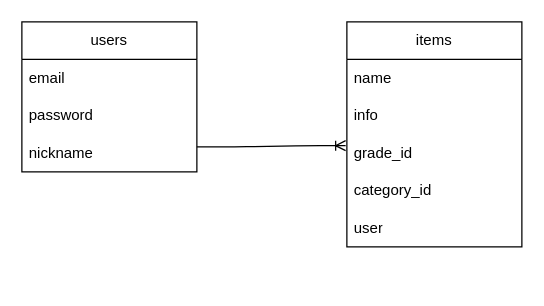
The draw.io diagram DB.dio in satumaimo77/math-dri, before the edit. Source tidied: cells renumbered, new cells numbered last; positions are measured from the earlier drawing's top-left corner, leaving out a move shared by most shapes. Both pictures are drawn from the tidied source at 125%, with x=0, y=0 at pixel (21, 21).
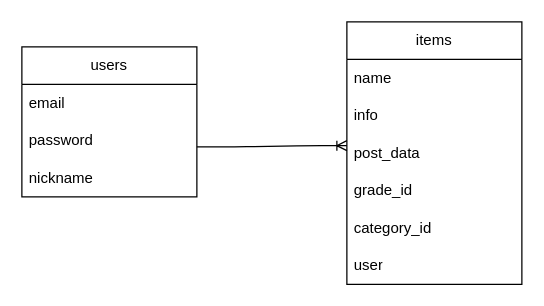
Above is the later version.

What changed in the source:
```diff
@@
 <mxGraphModel>
   <root>
     <mxCell id="0" />
     <mxCell id="1" parent="0" />
     <mxCell id="2" value="users" style="swimlane;fontStyle=0;horizontal=1;startSize=30;whiteSpace=wrap;html=1;" parent="1" vertex="1">
-      <mxGeometry width="140" height="120" as="geometry" />
+      <mxGeometry y="20" width="140" height="120" as="geometry" />
     </mxCell>
     <mxCell id="3" value="email" style="text;strokeColor=none;fillColor=none;align=left;verticalAlign=middle;spacingLeft=4;spacingRight=4;overflow=hidden;whiteSpace=wrap;html=1;" parent="2" vertex="1">
       <mxGeometry y="30" width="140" height="30" as="geometry" />
     </mxCell>
     <mxCell id="4" value="password" style="text;strokeColor=none;fillColor=none;align=left;verticalAlign=middle;spacingLeft=4;spacingRight=4;overflow=hidden;whiteSpace=wrap;html=1;" parent="2" vertex="1">
       <mxGeometry y="60" width="140" height="30" as="geometry" />
     </mxCell>
     <mxCell id="5" value="nickname" style="text;strokeColor=none;fillColor=none;align=left;verticalAlign=middle;spacingLeft=4;spacingRight=4;overflow=hidden;whiteSpace=wrap;html=1;" parent="2" vertex="1">
       <mxGeometry y="90" width="140" height="30" as="geometry" />
     </mxCell>
     <mxCell id="6" value="items" style="swimlane;fontStyle=0;horizontal=1;startSize=30;whiteSpace=wrap;html=1;" parent="1" vertex="1">
-      <mxGeometry x="260" width="140" height="180" as="geometry" />
+      <mxGeometry x="260" width="140" height="210" as="geometry" />
     </mxCell>
     <mxCell id="7" value="name" style="text;strokeColor=none;fillColor=none;align=left;verticalAlign=middle;spacingLeft=4;spacingRight=4;overflow=hidden;whiteSpace=wrap;html=1;" parent="6" vertex="1">
       <mxGeometry y="30" width="140" height="30" as="geometry" />
     </mxCell>
     <mxCell id="8" value="info" style="text;strokeColor=none;fillColor=none;align=left;verticalAlign=middle;spacingLeft=4;spacingRight=4;overflow=hidden;whiteSpace=wrap;html=1;" parent="6" vertex="1">
       <mxGeometry y="60" width="140" height="30" as="geometry" />
     </mxCell>
+    <mxCell id="13" value="post_data" style="text;strokeColor=none;fillColor=none;align=left;verticalAlign=middle;spacingLeft=4;spacingRight=4;overflow=hidden;points=[[0,0.5],[1,0.5]];portConstraint=eastwest;whiteSpace=wrap;html=1;" parent="6" vertex="1">
+      <mxGeometry y="90" width="140" height="30" as="geometry" />
+    </mxCell>
     <mxCell id="9" value="grade_id" style="text;strokeColor=none;fillColor=none;align=left;verticalAlign=middle;spacingLeft=4;spacingRight=4;overflow=hidden;points=[[0,0.5],[1,0.5]];portConstraint=eastwest;whiteSpace=wrap;html=1;" parent="6" vertex="1">
-      <mxGeometry y="90" width="140" height="30" as="geometry" />
+      <mxGeometry y="120" width="140" height="30" as="geometry" />
     </mxCell>
     <mxCell id="10" value="category_id" style="text;strokeColor=none;fillColor=none;align=left;verticalAlign=middle;spacingLeft=4;spacingRight=4;overflow=hidden;whiteSpace=wrap;html=1;" parent="6" vertex="1">
-      <mxGeometry y="120" width="140" height="30" as="geometry" />
+      <mxGeometry y="150" width="140" height="30" as="geometry" />
     </mxCell>
     <mxCell id="11" value="user" style="text;strokeColor=none;fillColor=none;align=left;verticalAlign=middle;spacingLeft=4;spacingRight=4;overflow=hidden;whiteSpace=wrap;html=1;" parent="6" vertex="1">
-      <mxGeometry y="150" width="140" height="30" as="geometry" />
+      <mxGeometry y="180" width="140" height="30" as="geometry" />
     </mxCell>
-    <mxCell id="12" style="edgeStyle=entityRelationEdgeStyle;fontSize=12;html=1;endArrow=ERoneToMany;entryX=-0.007;entryY=0.3;entryDx=0;entryDy=0;entryPerimeter=0;" parent="1" edge="1" target="9">
+    <mxCell id="12" style="edgeStyle=entityRelationEdgeStyle;fontSize=12;html=1;endArrow=ERoneToMany;entryX=0;entryY=0.3;entryDx=0;entryDy=0;entryPerimeter=0;" parent="1" edge="1" target="13">
       <mxGeometry relative="1" as="geometry">
         <mxPoint x="140" y="100" as="sourcePoint" />
       </mxGeometry>
     </mxCell>
   </root>
 </mxGraphModel>
```
